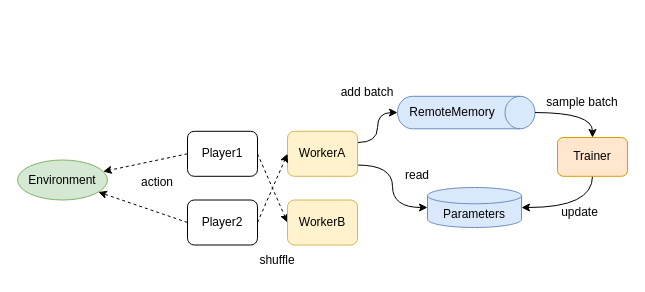
Above: page "multiplay" (3 of 3) of diagrams/overview.drawio in pocokhc/simple_distributed_rl (draw.io), before the change. Source tidied: cells renumbered, new cells numbered last; positions are measured from the earlier drawing's top-left corner, leaving out a move shared by most shapes. Both pictures are drawn from the tidied source at 100%, with x=0, y=0 at pixel (17, 43).
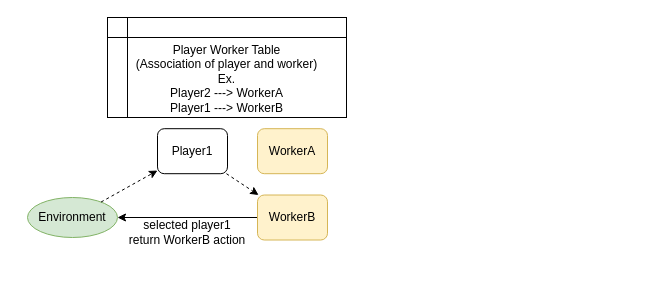
Above is the later version.

The edit, as a diff of the source:
```diff
@@
     <mxCell id="2" value="Environment" style="ellipse;whiteSpace=wrap;html=1;fillColor=#d5e8d4;strokeColor=#82b366;" parent="1" vertex="1">
-      <mxGeometry y="116.5" width="90" height="40" as="geometry" />
+      <mxGeometry x="10" y="154" width="90" height="40" as="geometry" />
     </mxCell>
-    <mxCell id="3" style="edgeStyle=orthogonalEdgeStyle;curved=1;rounded=0;jettySize=auto;html=1;exitX=0;exitY=0.5;exitDx=0;exitDy=0;exitPerimeter=0;entryX=1;entryY=0.75;entryDx=0;entryDy=0;startArrow=classic;startFill=1;endArrow=none;endFill=0;" parent="1" edge="1" source="4" target="8">
-      <mxGeometry relative="1" as="geometry" />
-    </mxCell>
-    <mxCell id="4" value="Parameters" style="shape=cylinder3;whiteSpace=wrap;html=1;boundedLbl=1;backgroundOutline=1;size=8.142857142857167;fillColor=#dae8fc;strokeColor=#6c8ebf;" parent="1" vertex="1">
-      <mxGeometry x="410" y="144" width="94" height="40" as="geometry" />
-    </mxCell>
-    <mxCell id="5" style="edgeStyle=orthogonalEdgeStyle;curved=1;rounded=0;jettySize=auto;html=1;exitX=0.5;exitY=1;exitDx=0;exitDy=0;entryX=1;entryY=0.5;entryDx=0;entryDy=0;entryPerimeter=0;" parent="1" edge="1" source="6" target="4">
-      <mxGeometry relative="1" as="geometry" />
-    </mxCell>
-    <mxCell id="6" value="Trainer" style="rounded=1;whiteSpace=wrap;html=1;fillColor=#ffe6cc;strokeColor=#d79b00;" parent="1" vertex="1">
-      <mxGeometry x="540" y="94" width="70" height="38.8" as="geometry" />
-    </mxCell>
-    <mxCell id="7" style="edgeStyle=orthogonalEdgeStyle;curved=1;rounded=0;jettySize=auto;html=1;exitX=1;exitY=0.25;exitDx=0;exitDy=0;entryX=0.5;entryY=1;entryDx=0;entryDy=0;entryPerimeter=0;" parent="1" edge="1" source="8" target="11">
-      <mxGeometry relative="1" as="geometry" />
-    </mxCell>
     <mxCell id="8" value="WorkerA" style="rounded=1;whiteSpace=wrap;html=1;fillColor=#fff2cc;strokeColor=#d6b656;" parent="1" vertex="1">
-      <mxGeometry x="270" y="87.8" width="70" height="45" as="geometry" />
+      <mxGeometry x="240" y="85.2" width="70" height="45" as="geometry" />
     </mxCell>
-    <mxCell id="9" value="action" style="text;html=1;strokeColor=none;fillColor=none;align=center;verticalAlign=middle;whiteSpace=wrap;rounded=0;" parent="1" vertex="1">
-      <mxGeometry x="110" y="124" width="60" height="30" as="geometry" />
+    <mxCell id="9" value="selected player1&lt;br&gt;return WorkerB action" style="text;html=1;strokeColor=none;fillColor=none;align=center;verticalAlign=middle;whiteSpace=wrap;rounded=0;" parent="1" vertex="1">
+      <mxGeometry x="100" y="174" width="140" height="30" as="geometry" />
     </mxCell>
-    <mxCell id="10" style="group;" parent="1" vertex="1">
-      <mxGeometry x="380" y="52.8" width="137.5" height="32.5" as="geometry" />
-    </mxCell>
-    <mxCell id="11" style="shape=cylinder3;whiteSpace=wrap;html=1;boundedLbl=1;backgroundOutline=1;size=15;rotation=90;fillColor=#dae8fc;strokeColor=#6c8ebf;" parent="10" vertex="1">
-      <mxGeometry x="52.5" y="-52.5" width="32.5" height="137.5" as="geometry" />
-    </mxCell>
-    <mxCell id="12" value="RemoteMemory" style="text;html=1;strokeColor=none;fillColor=none;align=center;verticalAlign=middle;whiteSpace=wrap;rounded=0;" parent="10" vertex="1">
-      <mxGeometry x="25" y="1.2" width="60" height="30" as="geometry" />
-    </mxCell>
-    <mxCell id="13" value="add batch" style="text;html=1;strokeColor=none;fillColor=none;align=center;verticalAlign=middle;whiteSpace=wrap;rounded=0;" parent="1" vertex="1">
-      <mxGeometry x="320" y="34" width="60" height="30" as="geometry" />
-    </mxCell>
-    <mxCell id="14" style="edgeStyle=orthogonalEdgeStyle;curved=1;rounded=0;jettySize=auto;html=1;exitX=0.5;exitY=0;exitDx=0;exitDy=0;exitPerimeter=0;entryX=0.5;entryY=0;entryDx=0;entryDy=0;" parent="1" edge="1" source="11" target="6">
-      <mxGeometry relative="1" as="geometry" />
-    </mxCell>
-    <mxCell id="15" value="sample batch" style="text;html=1;strokeColor=none;fillColor=none;align=center;verticalAlign=middle;whiteSpace=wrap;rounded=0;" parent="1" vertex="1">
-      <mxGeometry x="520" y="44" width="90" height="30" as="geometry" />
-    </mxCell>
-    <mxCell id="16" value="update" style="text;html=1;strokeColor=none;fillColor=none;align=center;verticalAlign=middle;whiteSpace=wrap;rounded=0;" parent="1" vertex="1">
-      <mxGeometry x="520" y="154" width="85" height="30" as="geometry" />
-    </mxCell>
-    <mxCell id="17" value="read" style="text;html=1;strokeColor=none;fillColor=none;align=center;verticalAlign=middle;whiteSpace=wrap;rounded=0;" parent="1" vertex="1">
-      <mxGeometry x="370" y="116.5" width="60" height="30" as="geometry" />
-    </mxCell>
-    <mxCell id="18" style="rounded=0;jettySize=auto;html=1;exitX=1;exitY=0.5;exitDx=0;exitDy=0;entryX=0;entryY=0.5;entryDx=0;entryDy=0;dashed=1;" parent="1" edge="1" source="20" target="24">
+    <mxCell id="18" style="rounded=0;jettySize=auto;html=1;dashed=1;" parent="1" edge="1" source="20" target="24">
       <mxGeometry relative="1" as="geometry" />
     </mxCell>
-    <mxCell id="19" style="edgeStyle=none;rounded=0;jettySize=auto;html=1;exitX=0;exitY=0.5;exitDx=0;exitDy=0;dashed=1;" parent="1" edge="1" source="20" target="2">
+    <mxCell id="19" style="edgeStyle=none;rounded=0;jettySize=auto;html=1;dashed=1;" parent="1" edge="1" source="2" target="20">
       <mxGeometry relative="1" as="geometry" />
     </mxCell>
     <mxCell id="20" value="Player1" style="rounded=1;whiteSpace=wrap;html=1;" parent="1" vertex="1">
-      <mxGeometry x="170" y="87.8" width="70" height="45" as="geometry" />
+      <mxGeometry x="140" y="85.2" width="70" height="45" as="geometry" />
     </mxCell>
-    <mxCell id="21" style="edgeStyle=none;rounded=0;jettySize=auto;html=1;exitX=1;exitY=0.5;exitDx=0;exitDy=0;entryX=0;entryY=0.5;entryDx=0;entryDy=0;dashed=1;" parent="1" edge="1" source="23" target="8">
-      <mxGeometry relative="1" as="geometry" />
-    </mxCell>
-    <mxCell id="22" style="edgeStyle=none;rounded=0;jettySize=auto;html=1;exitX=0;exitY=0.5;exitDx=0;exitDy=0;dashed=1;" parent="1" edge="1" source="23" target="2">
-      <mxGeometry relative="1" as="geometry" />
-    </mxCell>
-    <mxCell id="23" value="Player2" style="rounded=1;whiteSpace=wrap;html=1;" parent="1" vertex="1">
-      <mxGeometry x="170" y="156.5" width="70" height="45" as="geometry" />
-    </mxCell>
+    <mxCell id="26" style="rounded=0;jettySize=auto;html=1;" parent="1" edge="1" source="24" target="2">
+      <mxGeometry relative="1" as="geometry" />
+    </mxCell>
     <mxCell id="24" value="WorkerB" style="rounded=1;whiteSpace=wrap;html=1;fillColor=#fff2cc;strokeColor=#d6b656;" parent="1" vertex="1">
-      <mxGeometry x="270" y="156.5" width="70" height="45" as="geometry" />
+      <mxGeometry x="240" y="151.5" width="70" height="45" as="geometry" />
     </mxCell>
-    <mxCell id="25" value="shuffle" style="text;html=1;strokeColor=none;fillColor=none;align=center;verticalAlign=middle;whiteSpace=wrap;rounded=0;" parent="1" vertex="1">
-      <mxGeometry x="230" y="201.5" width="60" height="30" as="geometry" />
-    </mxCell>
+    <mxCell id="27" value="Player Worker Table&lt;br&gt;(Association of player and worker)&lt;br&gt;Ex.&lt;br&gt;Player2 ---&amp;gt; WorkerA&lt;br&gt;Player1 ---&amp;gt; WorkerB" style="shape=internalStorage;whiteSpace=wrap;html=1;backgroundOutline=1;verticalAlign=bottom;" parent="1" vertex="1">
+      <mxGeometry x="90" y="-26" width="239" height="100" as="geometry" />
+    </mxCell>
```
